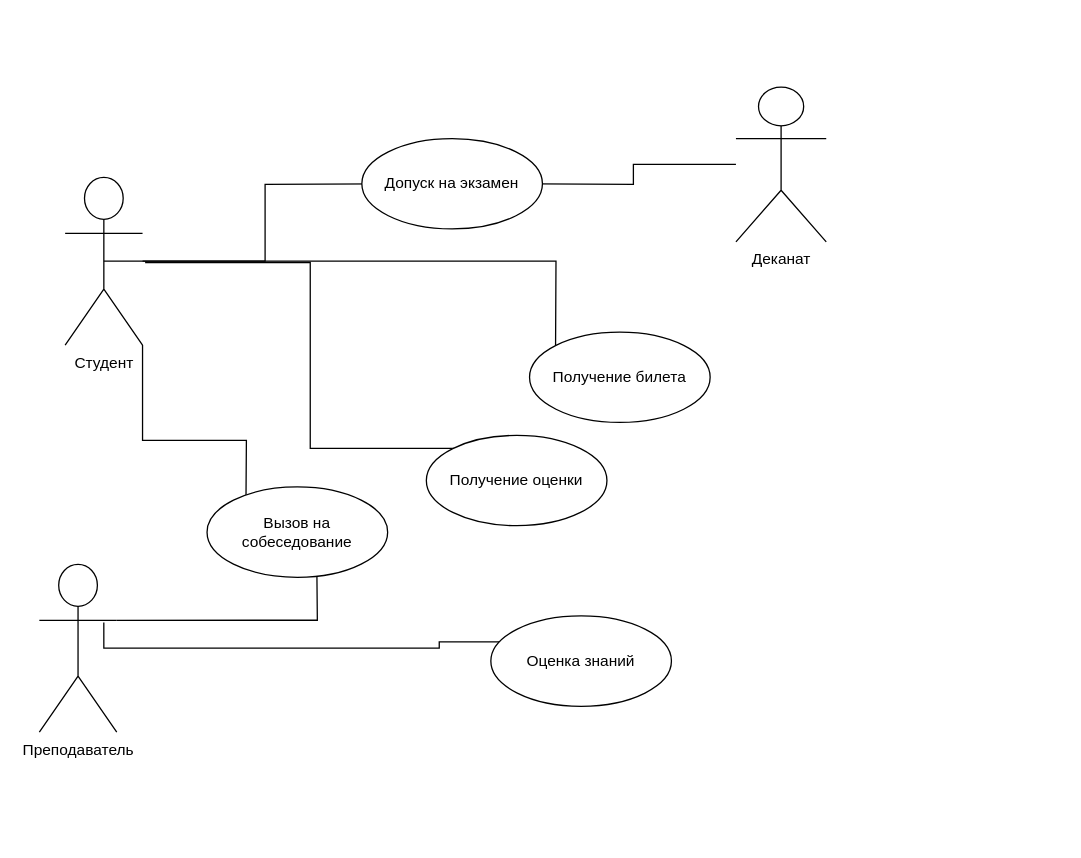
Before: Диаграмма без названия.drawio in Elice32/Elice32, a draw.io diagram. Source tidied: cells renumbered, new cells numbered last; positions are measured from the earlier drawing's top-left corner, leaving out a move shared by most shapes. Both pictures are drawn from the tidied source at 129%, with x=0, y=0 at pixel (39, 86).
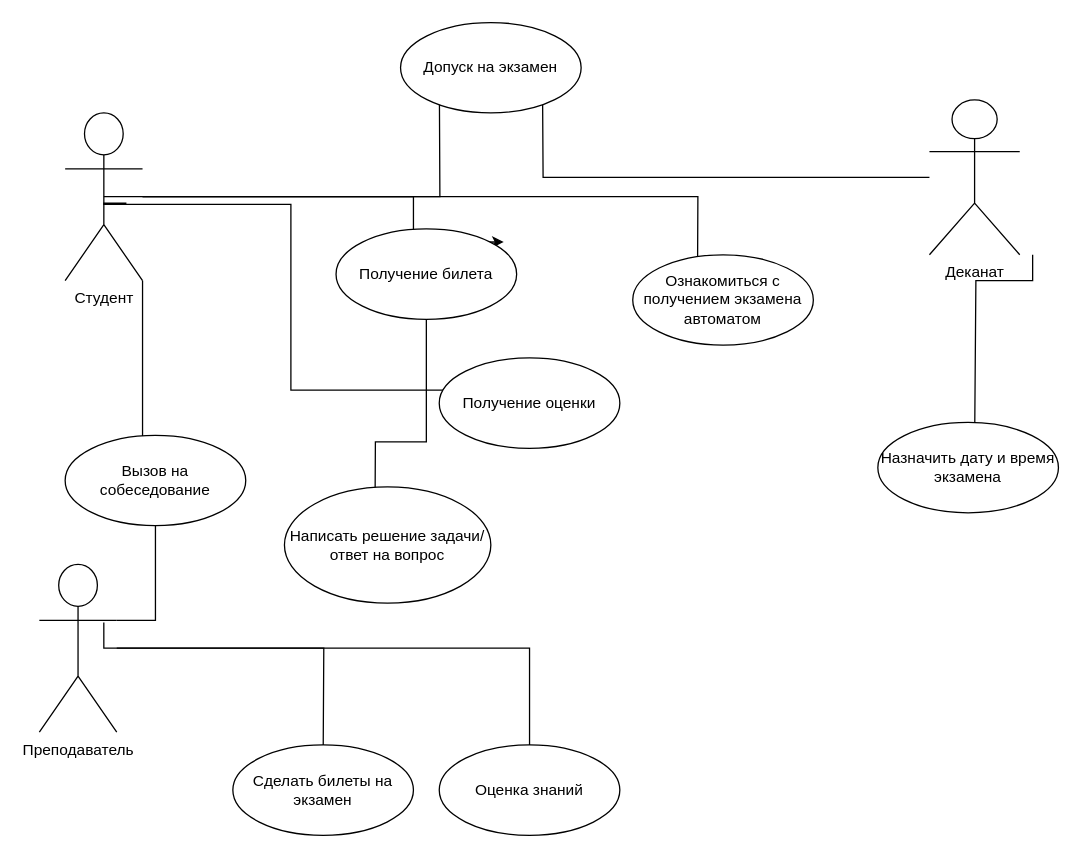
The same diagram, later.

The change refers to these unchanged cells:
```xml
<mxCell id="11" value="Преподаватель" style="shape=umlActor;verticalLabelPosition=bottom;verticalAlign=top;html=1;" parent="1" vertex="1">
  <mxGeometry y="370" width="60" height="130" as="geometry" />
</mxCell>
```

The edit, as a diff of the source:
```diff
@@
-    <mxCell id="2" style="edgeStyle=orthogonalEdgeStyle;rounded=0;jettySize=auto;html=1;exitX=0.5;exitY=0.5;exitDx=0;exitDy=0;exitPerimeter=0;entryX=0;entryY=0.5;entryDx=0;entryDy=0;" parent="1" edge="1" source="8">
+    <mxCell id="2" style="edgeStyle=orthogonalEdgeStyle;rounded=0;jettySize=auto;html=1;exitX=0.5;exitY=0.5;exitDx=0;exitDy=0;exitPerimeter=0;" parent="1" edge="1" source="8">
       <mxGeometry relative="1" as="geometry">
-        <mxPoint x="270" y="75" as="targetPoint" />
+        <mxPoint x="310" y="-20" as="targetPoint" />
       </mxGeometry>
     </mxCell>
-    <mxCell id="3" style="edgeStyle=orthogonalEdgeStyle;rounded=0;jettySize=auto;html=1;entryX=0;entryY=0.5;entryDx=0;entryDy=0;" parent="1" edge="1" source="8">
+    <mxCell id="3" style="edgeStyle=orthogonalEdgeStyle;rounded=0;jettySize=auto;html=1;" parent="1" edge="1" source="8">
       <mxGeometry relative="1" as="geometry">
-        <mxPoint x="400" y="235" as="targetPoint" />
+        <mxPoint x="360" y="120" as="targetPoint" />
+        <Array as="points">
+          <mxPoint x="290" y="85" />
+          <mxPoint x="290" y="121" />
+        </Array>
       </mxGeometry>
     </mxCell>
-    <mxCell id="4" style="edgeStyle=orthogonalEdgeStyle;rounded=0;jettySize=auto;html=1;entryX=1;entryY=0.5;entryDx=0;entryDy=0;" parent="1" edge="1" source="5">
+    <mxCell id="4" style="edgeStyle=orthogonalEdgeStyle;rounded=0;jettySize=auto;html=1;" parent="1" edge="1" source="5">
       <mxGeometry relative="1" as="geometry">
-        <mxPoint x="380" y="75" as="targetPoint" />
+        <mxPoint x="390" y="-10" as="targetPoint" />
       </mxGeometry>
     </mxCell>
+    <mxCell id="17" style="edgeStyle=orthogonalEdgeStyle;rounded=0;orthogonalLoop=1;jettySize=auto;html=1;" parent="1" edge="1">
+      <mxGeometry relative="1" as="geometry">
+        <mxPoint x="770" y="130" as="sourcePoint" />
+        <mxPoint x="725" y="280" as="targetPoint" />
+        <Array as="points">
+          <mxPoint x="770" y="150" />
+          <mxPoint x="726" y="150" />
+        </Array>
+      </mxGeometry>
+    </mxCell>
     <mxCell id="5" value="Деканат" style="shape=umlActor;verticalLabelPosition=bottom;verticalAlign=top;html=1;" parent="1" vertex="1">
-      <mxGeometry x="540" width="70" height="120" as="geometry" />
+      <mxGeometry x="690" y="10" width="70" height="120" as="geometry" />
     </mxCell>
-    <mxCell id="6" style="edgeStyle=orthogonalEdgeStyle;rounded=0;jettySize=auto;html=1;exitX=1;exitY=1;exitDx=0;exitDy=0;exitPerimeter=0;entryX=0;entryY=0.75;entryDx=0;entryDy=0;" parent="1" edge="1" source="8">
+    <mxCell id="6" style="edgeStyle=orthogonalEdgeStyle;rounded=0;jettySize=auto;html=1;exitX=1;exitY=1;exitDx=0;exitDy=0;exitPerimeter=0;" parent="1" edge="1" source="8">
       <mxGeometry relative="1" as="geometry">
-        <mxPoint x="160" y="347.5" as="targetPoint" />
+        <mxPoint x="80" y="310" as="targetPoint" />
       </mxGeometry>
     </mxCell>
     <mxCell id="7" style="edgeStyle=orthogonalEdgeStyle;rounded=0;orthogonalLoop=1;jettySize=auto;html=1;" parent="1" edge="1">
       <mxGeometry relative="1" as="geometry">
-        <mxPoint x="82.5" y="135" as="sourcePoint" />
-        <mxPoint x="347.5" y="280" as="targetPoint" />
+        <mxPoint x="67.5" y="90" as="sourcePoint" />
+        <mxPoint x="340" y="240" as="targetPoint" />
         <Array as="points">
-          <mxPoint x="83" y="136" />
-          <mxPoint x="210" y="136" />
-          <mxPoint x="210" y="280" />
+          <mxPoint x="50" y="90" />
+          <mxPoint x="50" y="91" />
+          <mxPoint x="195" y="91" />
+          <mxPoint x="195" y="235" />
+          <mxPoint x="340" y="235" />
         </Array>
       </mxGeometry>
     </mxCell>
+    <mxCell id="18" style="edgeStyle=orthogonalEdgeStyle;rounded=0;jettySize=auto;html=1;" parent="1" edge="1" source="8">
+      <mxGeometry relative="1" as="geometry">
+        <mxPoint x="510" y="192.5" as="targetPoint" />
+      </mxGeometry>
+    </mxCell>
     <mxCell id="8" value="Студент" style="shape=umlActor;verticalLabelPosition=bottom;verticalAlign=top;html=1;" parent="1" vertex="1">
-      <mxGeometry x="20" y="70" width="60" height="130" as="geometry" />
+      <mxGeometry x="20" y="20" width="60" height="130" as="geometry" />
     </mxCell>
     <mxCell id="9" style="edgeStyle=orthogonalEdgeStyle;rounded=0;jettySize=auto;html=1;exitX=1;exitY=0.3333333333333333;exitDx=0;exitDy=0;exitPerimeter=0;" parent="1" edge="1" source="11">
       <mxGeometry relative="1" as="geometry">
-        <mxPoint x="215" y="360" as="targetPoint" />
+        <mxPoint x="90" y="310" as="targetPoint" />
+        <Array as="points">
+          <mxPoint x="90" y="413" />
+        </Array>
       </mxGeometry>
     </mxCell>
     <mxCell id="10" style="edgeStyle=orthogonalEdgeStyle;rounded=0;jettySize=auto;html=1;exitX=0.833;exitY=0.346;exitDx=0;exitDy=0;exitPerimeter=0;" parent="1" edge="1" source="11">
       <mxGeometry relative="1" as="geometry">
-        <mxPoint x="395" y="440" as="targetPoint" />
+        <mxPoint x="390" y="520" as="targetPoint" />
         <Array as="points">
           <mxPoint x="50" y="435" />
-          <mxPoint x="310" y="435" />
-          <mxPoint x="310" y="430" />
-          <mxPoint x="395" y="430" />
+          <mxPoint x="380" y="435" />
+          <mxPoint x="380" y="520" />
         </Array>
       </mxGeometry>
     </mxCell>
+    <mxCell id="19" style="edgeStyle=orthogonalEdgeStyle;rounded=0;jettySize=auto;html=1;" parent="1" edge="1" source="11">
+      <mxGeometry relative="1" as="geometry">
+        <mxPoint x="220" y="520" as="targetPoint" />
+      </mxGeometry>
+    </mxCell>
@@
     <mxCell id="12" value="Допуск на экзамен" style="ellipse;whiteSpace=wrap;html=1;" parent="1" vertex="1">
-      <mxGeometry x="250" y="40" width="140" height="70" as="geometry" />
+      <mxGeometry x="280" y="-50" width="140" height="70" as="geometry" />
     </mxCell>
+    <mxCell id="20" style="edgeStyle=orthogonalEdgeStyle;rounded=0;jettySize=auto;html=1;" parent="1" edge="1" source="13">
+      <mxGeometry relative="1" as="geometry">
+        <mxPoint x="260" y="370" as="targetPoint" />
+      </mxGeometry>
+    </mxCell>
     <mxCell id="13" value="Получение билета" style="ellipse;whiteSpace=wrap;html=1;" parent="1" vertex="1">
-      <mxGeometry x="380" y="190" width="140" height="70" as="geometry" />
+      <mxGeometry x="230" y="110" width="140" height="70" as="geometry" />
     </mxCell>
     <mxCell id="14" value="Получение оценки" style="ellipse;whiteSpace=wrap;html=1;" parent="1" vertex="1">
-      <mxGeometry x="300" y="270" width="140" height="70" as="geometry" />
+      <mxGeometry x="310" y="210" width="140" height="70" as="geometry" />
     </mxCell>
     <mxCell id="15" value="Вызов на собеседование" style="ellipse;whiteSpace=wrap;html=1;" parent="1" vertex="1">
-      <mxGeometry x="130" y="310" width="140" height="70" as="geometry" />
+      <mxGeometry x="20" y="270" width="140" height="70" as="geometry" />
     </mxCell>
     <mxCell id="16" value="Оценка знаний" style="ellipse;whiteSpace=wrap;html=1;" parent="1" vertex="1">
-      <mxGeometry x="350" y="410" width="140" height="70" as="geometry" />
+      <mxGeometry x="310" y="510" width="140" height="70" as="geometry" />
     </mxCell>
+    <mxCell id="21" value="Ознакомиться с получением экзамена автоматом" style="ellipse;whiteSpace=wrap;html=1;" parent="1" vertex="1">
+      <mxGeometry x="460" y="130" width="140" height="70" as="geometry" />
+    </mxCell>
+    <mxCell id="22" value="Сделать билеты на экзамен" style="ellipse;whiteSpace=wrap;html=1;" parent="1" vertex="1">
+      <mxGeometry x="150" y="510" width="140" height="70" as="geometry" />
+    </mxCell>
+    <mxCell id="23" value="Написать решение задачи/ ответ на вопрос" style="ellipse;whiteSpace=wrap;html=1;" parent="1" vertex="1">
+      <mxGeometry x="190" y="310" width="160" height="90" as="geometry" />
+    </mxCell>
+    <mxCell id="24" value="Назначить дату и время экзамена" style="ellipse;whiteSpace=wrap;html=1;" parent="1" vertex="1">
+      <mxGeometry x="650" y="260" width="140" height="70" as="geometry" />
+    </mxCell>
```
